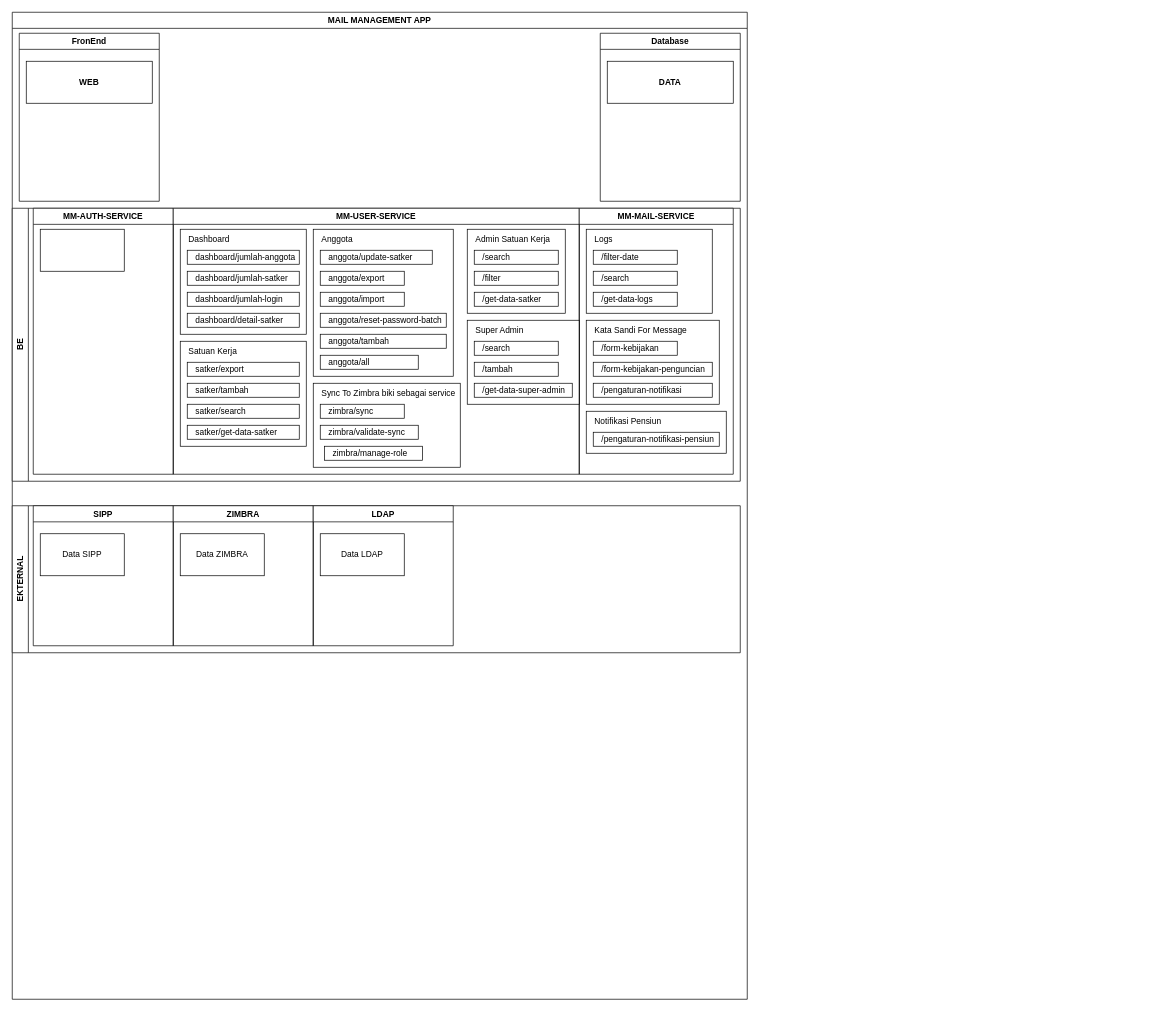
Earlier version of the draw.io diagram page "tech-arsitektur-service" (5 of 5) of admin_polri.drawio (fsdio/draw.io.dev). Source tidied: cells renumbered, new cells numbered last; positions are measured from the earlier drawing's top-left corner, leaving out a move shared by most shapes. Both pictures are drawn from the tidied source at 70%, with x=0, y=0 at pixel (12, 12).
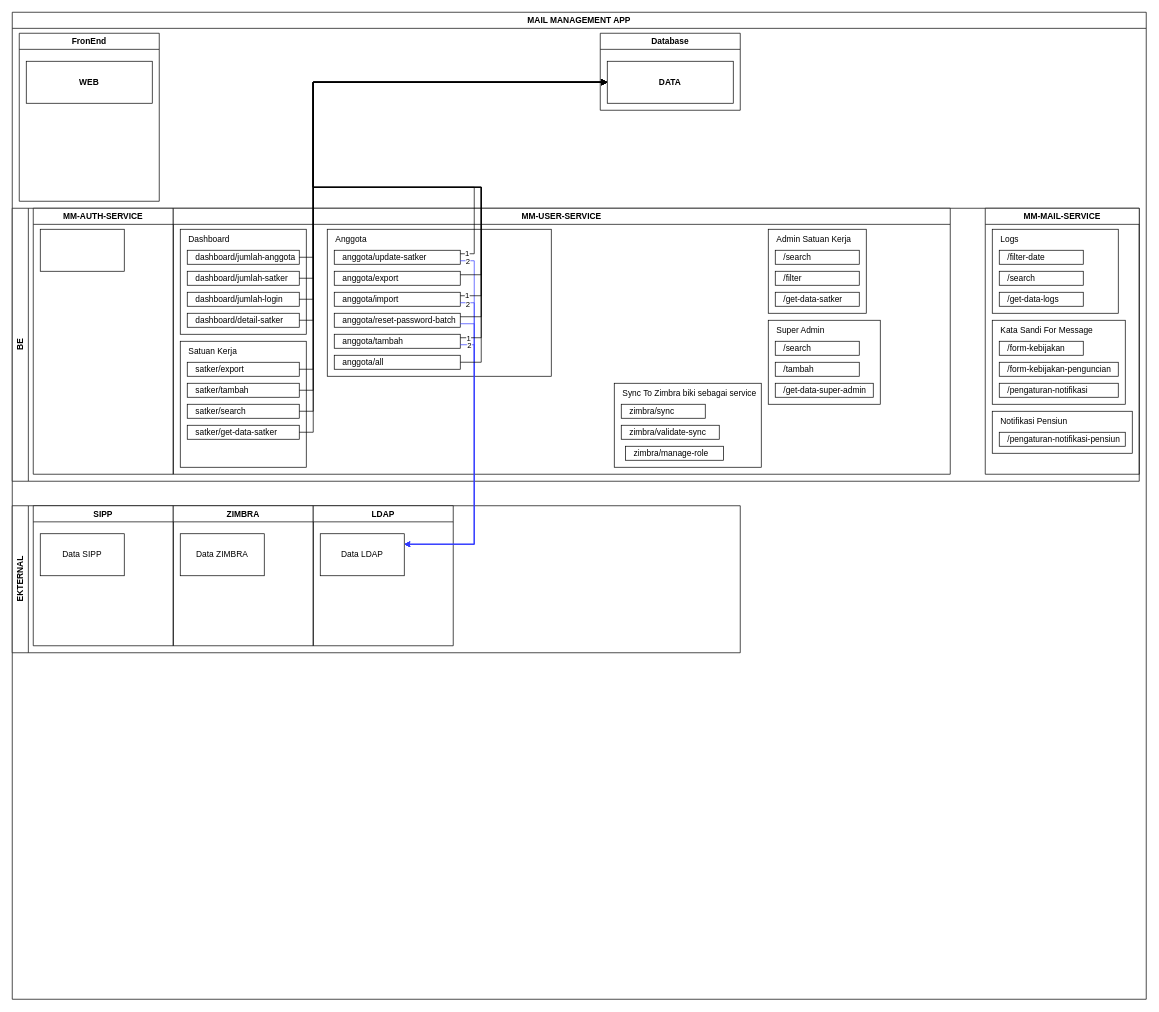
After the change.

The change refers to these unchanged cells:
```xml
<mxCell id="8" value="dashboard/jumlah-anggota" style="rounded=0;whiteSpace=wrap;html=1;align=left;spacingLeft=10;" parent="6" vertex="1">
  <mxGeometry x="20" y="60" width="160" height="20" as="geometry" />
</mxCell>
<mxCell id="9" value="dashboard/jumlah-satker" style="rounded=0;whiteSpace=wrap;html=1;align=left;spacingLeft=10;" parent="6" vertex="1">
  <mxGeometry x="20" y="90" width="160" height="20" as="geometry" />
</mxCell>
<mxCell id="10" value="dashboard/jumlah-login" style="rounded=0;whiteSpace=wrap;html=1;align=left;spacingLeft=10;" parent="6" vertex="1">
  <mxGeometry x="20" y="120" width="160" height="20" as="geometry" />
</mxCell>
<mxCell id="11" value="dashboard/detail-satker" style="rounded=0;whiteSpace=wrap;html=1;align=left;spacingLeft=10;" parent="6" vertex="1">
  <mxGeometry x="20" y="150" width="160" height="20" as="geometry" />
</mxCell>
<mxCell id="21" value="satker/export" style="rounded=0;whiteSpace=wrap;html=1;align=left;spacingLeft=10;" parent="6" vertex="1">
  <mxGeometry x="20" y="220" width="160" height="20" as="geometry" />
</mxCell>
<mxCell id="22" value="satker/tambah" style="rounded=0;whiteSpace=wrap;html=1;align=left;spacingLeft=10;" parent="6" vertex="1">
  <mxGeometry x="20" y="250" width="160" height="20" as="geometry" />
</mxCell>
<mxCell id="23" value="satker/search" style="rounded=0;whiteSpace=wrap;html=1;align=left;spacingLeft=10;" parent="6" vertex="1">
  <mxGeometry x="20" y="280" width="160" height="20" as="geometry" />
</mxCell>
<mxCell id="24" value="satker/get-data-satker" style="rounded=0;whiteSpace=wrap;html=1;align=left;spacingLeft=10;" parent="6" vertex="1">
  <mxGeometry x="20" y="310" width="160" height="20" as="geometry" />
</mxCell>
<mxCell id="62" value="Data LDAP" style="rounded=0;whiteSpace=wrap;html=1;" parent="61" vertex="1">
  <mxGeometry x="10" y="40" width="120" height="60" as="geometry" />
</mxCell>
<mxCell id="64" value="&lt;b&gt;DATA&lt;/b&gt;" style="rounded=0;whiteSpace=wrap;html=1;" parent="63" vertex="1">
  <mxGeometry x="10" y="40" width="180" height="60" as="geometry" />
</mxCell>
```

What changed in the source:
```diff
@@
     <mxCell id="2" value="MAIL MANAGEMENT APP" style="swimlane;whiteSpace=wrap;html=1;" parent="1" vertex="1">
-      <mxGeometry width="1050" height="1410" as="geometry" />
+      <mxGeometry width="1620" height="1410" as="geometry" />
     </mxCell>
     <mxCell id="3" value="BE" style="swimlane;horizontal=0;whiteSpace=wrap;html=1;startSize=23;" parent="2" vertex="1">
-      <mxGeometry y="280" width="1040" height="390" as="geometry" />
+      <mxGeometry y="280" width="1610" height="390" as="geometry" />
     </mxCell>
@@
     <mxCell id="6" value="MM-USER-SERVICE" style="swimlane;whiteSpace=wrap;html=1;" parent="3" vertex="1">
-      <mxGeometry x="230" width="580" height="380" as="geometry" />
+      <mxGeometry x="230" width="1110" height="380" as="geometry" />
     </mxCell>
@@
     <mxCell id="13" style="rounded=0;whiteSpace=wrap;html=1;" parent="6" vertex="1">
-      <mxGeometry x="200" y="30" width="200" height="210" as="geometry" />
+      <mxGeometry x="220" y="30" width="320" height="210" as="geometry" />
     </mxCell>
     <mxCell id="14" value="anggota/export" style="rounded=0;whiteSpace=wrap;html=1;align=left;spacingLeft=10;" parent="6" vertex="1">
-      <mxGeometry x="210" y="90" width="120" height="20" as="geometry" />
+      <mxGeometry x="230" y="90" width="180" height="20" as="geometry" />
     </mxCell>
     <mxCell id="15" value="anggota/import" style="rounded=0;whiteSpace=wrap;html=1;align=left;spacingLeft=10;" parent="6" vertex="1">
-      <mxGeometry x="210" y="120" width="120" height="20" as="geometry" />
+      <mxGeometry x="230" y="120" width="180" height="20" as="geometry" />
     </mxCell>
     <mxCell id="16" value="anggota/reset-password-batch" style="rounded=0;whiteSpace=wrap;html=1;align=left;spacingLeft=10;" parent="6" vertex="1">
-      <mxGeometry x="210" y="150" width="180" height="20" as="geometry" />
+      <mxGeometry x="230" y="150" width="180" height="20" as="geometry" />
     </mxCell>
     <mxCell id="17" value="Anggota" style="text;html=1;align=left;verticalAlign=middle;whiteSpace=wrap;rounded=0;spacingLeft=10;" parent="6" vertex="1">
-      <mxGeometry x="200" y="30" width="180" height="30" as="geometry" />
+      <mxGeometry x="220" y="30" width="180" height="30" as="geometry" />
     </mxCell>
     <mxCell id="18" value="anggota/tambah" style="rounded=0;whiteSpace=wrap;html=1;align=left;spacingLeft=10;" parent="6" vertex="1">
-      <mxGeometry x="210" y="180" width="180" height="20" as="geometry" />
+      <mxGeometry x="230" y="180" width="180" height="20" as="geometry" />
     </mxCell>
     <mxCell id="19" value="anggota/all" style="rounded=0;whiteSpace=wrap;html=1;align=left;spacingLeft=10;" parent="6" vertex="1">
-      <mxGeometry x="210" y="210" width="140" height="20" as="geometry" />
+      <mxGeometry x="230" y="210" width="180" height="20" as="geometry" />
     </mxCell>
     <mxCell id="20" style="rounded=0;whiteSpace=wrap;html=1;" parent="6" vertex="1">
-      <mxGeometry x="10" y="190" width="180" height="150" as="geometry" />
+      <mxGeometry x="10" y="190" width="180" height="180" as="geometry" />
     </mxCell>
@@
     <mxCell id="26" style="rounded=0;whiteSpace=wrap;html=1;" parent="6" vertex="1">
-      <mxGeometry x="420" y="30" width="140" height="120" as="geometry" />
+      <mxGeometry x="850" y="30" width="140" height="120" as="geometry" />
     </mxCell>
     <mxCell id="27" value="/search" style="rounded=0;whiteSpace=wrap;html=1;align=left;spacingLeft=10;" parent="6" vertex="1">
-      <mxGeometry x="430" y="60" width="120" height="20" as="geometry" />
+      <mxGeometry x="860" y="60" width="120" height="20" as="geometry" />
     </mxCell>
     <mxCell id="28" value="/filter" style="rounded=0;whiteSpace=wrap;html=1;align=left;spacingLeft=10;" parent="6" vertex="1">
-      <mxGeometry x="430" y="90" width="120" height="20" as="geometry" />
+      <mxGeometry x="860" y="90" width="120" height="20" as="geometry" />
     </mxCell>
     <mxCell id="29" value="/get-data-satker" style="rounded=0;whiteSpace=wrap;html=1;align=left;spacingLeft=10;" parent="6" vertex="1">
-      <mxGeometry x="430" y="120" width="120" height="20" as="geometry" />
+      <mxGeometry x="860" y="120" width="120" height="20" as="geometry" />
     </mxCell>
     <mxCell id="30" value="Admin Satuan Kerja" style="text;html=1;align=left;verticalAlign=middle;whiteSpace=wrap;rounded=0;spacingLeft=10;" parent="6" vertex="1">
-      <mxGeometry x="420" y="30" width="140" height="30" as="geometry" />
+      <mxGeometry x="850" y="30" width="140" height="30" as="geometry" />
     </mxCell>
     <mxCell id="31" style="rounded=0;whiteSpace=wrap;html=1;" parent="6" vertex="1">
-      <mxGeometry x="420" y="160" width="160" height="120" as="geometry" />
+      <mxGeometry x="850" y="160" width="160" height="120" as="geometry" />
     </mxCell>
     <mxCell id="32" value="/search" style="rounded=0;whiteSpace=wrap;html=1;align=left;spacingLeft=10;" parent="6" vertex="1">
-      <mxGeometry x="430" y="190" width="120" height="20" as="geometry" />
+      <mxGeometry x="860" y="190" width="120" height="20" as="geometry" />
     </mxCell>
     <mxCell id="33" value="/tambah" style="rounded=0;whiteSpace=wrap;html=1;align=left;spacingLeft=10;" parent="6" vertex="1">
-      <mxGeometry x="430" y="220" width="120" height="20" as="geometry" />
+      <mxGeometry x="860" y="220" width="120" height="20" as="geometry" />
     </mxCell>
     <mxCell id="34" value="/get-data-super-admin" style="rounded=0;whiteSpace=wrap;html=1;align=left;spacingLeft=10;" parent="6" vertex="1">
-      <mxGeometry x="430" y="250" width="140" height="20" as="geometry" />
+      <mxGeometry x="860" y="250" width="140" height="20" as="geometry" />
     </mxCell>
     <mxCell id="35" value="Super Admin" style="text;html=1;align=left;verticalAlign=middle;whiteSpace=wrap;rounded=0;spacingLeft=10;" parent="6" vertex="1">
-      <mxGeometry x="420" y="160" width="160" height="30" as="geometry" />
+      <mxGeometry x="850" y="160" width="160" height="30" as="geometry" />
     </mxCell>
     <mxCell id="36" style="rounded=0;whiteSpace=wrap;html=1;" parent="6" vertex="1">
-      <mxGeometry x="200" y="250" width="210" height="120" as="geometry" />
+      <mxGeometry x="630" y="250" width="210" height="120" as="geometry" />
     </mxCell>
     <mxCell id="37" value="zimbra/sync" style="rounded=0;whiteSpace=wrap;html=1;align=left;spacingLeft=10;" parent="6" vertex="1">
-      <mxGeometry x="210" y="280" width="120" height="20" as="geometry" />
+      <mxGeometry x="640" y="280" width="120" height="20" as="geometry" />
     </mxCell>
     <mxCell id="38" value="zimbra/validate-sync" style="rounded=0;whiteSpace=wrap;html=1;align=left;spacingLeft=10;" parent="6" vertex="1">
-      <mxGeometry x="210" y="310" width="140" height="20" as="geometry" />
+      <mxGeometry x="640" y="310" width="140" height="20" as="geometry" />
     </mxCell>
     <mxCell id="39" value="zimbra/manage-role" style="rounded=0;whiteSpace=wrap;html=1;align=left;spacingLeft=10;" parent="6" vertex="1">
-      <mxGeometry x="216" y="340" width="140" height="20" as="geometry" />
+      <mxGeometry x="646" y="340" width="140" height="20" as="geometry" />
     </mxCell>
     <mxCell id="40" value="Sync To Zimbra biki sebagai service" style="text;html=1;align=left;verticalAlign=middle;whiteSpace=wrap;rounded=0;spacingLeft=10;" parent="6" vertex="1">
-      <mxGeometry x="200" y="250" width="210" height="30" as="geometry" />
+      <mxGeometry x="630" y="250" width="210" height="30" as="geometry" />
     </mxCell>
     <mxCell id="41" value="anggota/update-satker" style="rounded=0;whiteSpace=wrap;html=1;align=left;spacingLeft=10;" parent="6" vertex="1">
-      <mxGeometry x="210" y="60" width="160" height="20" as="geometry" />
+      <mxGeometry x="230" y="60" width="180" height="20" as="geometry" />
     </mxCell>
-    <mxCell id="42" value="MM-MAIL-SERVICE" style="swimlane;whiteSpace=wrap;html=1;" parent="2" vertex="1">
-      <mxGeometry x="810" y="280" width="220" height="380" as="geometry" />
+    <mxCell id="42" value="MM-MAIL-SERVICE" style="swimlane;whiteSpace=wrap;html=1;" parent="3" vertex="1">
+      <mxGeometry x="1390" width="220" height="380" as="geometry" />
     </mxCell>
@@
     <mxCell id="63" value="Database" style="swimlane;whiteSpace=wrap;html=1;startSize=23;" parent="2" vertex="1">
-      <mxGeometry x="840" y="30" width="200" height="240" as="geometry" />
+      <mxGeometry x="840" y="30" width="200" height="110" as="geometry" />
     </mxCell>
@@
+    <mxCell id="67" style="edgeStyle=orthogonalEdgeStyle;rounded=0;jettySize=auto;html=1;exitX=1;exitY=0.5;exitDx=0;exitDy=0;entryX=0;entryY=0.5;entryDx=0;entryDy=0;" parent="2" edge="1" source="8" target="64">
+      <mxGeometry relative="1" as="geometry">
+        <Array as="points">
+          <mxPoint x="430" y="350" />
+          <mxPoint x="430" y="100" />
+        </Array>
+      </mxGeometry>
+    </mxCell>
+    <mxCell id="68" style="edgeStyle=orthogonalEdgeStyle;rounded=0;jettySize=auto;html=1;exitX=1;exitY=0.5;exitDx=0;exitDy=0;entryX=0;entryY=0.5;entryDx=0;entryDy=0;" parent="2" edge="1" source="9" target="64">
+      <mxGeometry relative="1" as="geometry">
+        <Array as="points">
+          <mxPoint x="430" y="380" />
+          <mxPoint x="430" y="100" />
+        </Array>
+      </mxGeometry>
+    </mxCell>
+    <mxCell id="69" style="edgeStyle=orthogonalEdgeStyle;rounded=0;jettySize=auto;html=1;exitX=1;exitY=0.5;exitDx=0;exitDy=0;entryX=0;entryY=0.5;entryDx=0;entryDy=0;" parent="2" edge="1" source="10" target="64">
+      <mxGeometry relative="1" as="geometry">
+        <Array as="points">
+          <mxPoint x="430" y="410" />
+          <mxPoint x="430" y="100" />
+        </Array>
+      </mxGeometry>
+    </mxCell>
+    <mxCell id="70" style="edgeStyle=orthogonalEdgeStyle;rounded=0;jettySize=auto;html=1;exitX=1;exitY=0.5;exitDx=0;exitDy=0;entryX=0;entryY=0.5;entryDx=0;entryDy=0;" parent="2" edge="1" source="11" target="64">
+      <mxGeometry relative="1" as="geometry">
+        <Array as="points">
+          <mxPoint x="430" y="440" />
+          <mxPoint x="430" y="100" />
+        </Array>
+      </mxGeometry>
+    </mxCell>
+    <mxCell id="71" style="edgeStyle=orthogonalEdgeStyle;rounded=0;jettySize=auto;html=1;exitX=1;exitY=0.5;exitDx=0;exitDy=0;entryX=0;entryY=0.5;entryDx=0;entryDy=0;" parent="2" edge="1" source="21" target="64">
+      <mxGeometry relative="1" as="geometry">
+        <Array as="points">
+          <mxPoint x="430" y="510" />
+          <mxPoint x="430" y="100" />
+        </Array>
+      </mxGeometry>
+    </mxCell>
+    <mxCell id="72" style="edgeStyle=orthogonalEdgeStyle;rounded=0;jettySize=auto;html=1;exitX=1;exitY=0.5;exitDx=0;exitDy=0;entryX=0;entryY=0.5;entryDx=0;entryDy=0;" parent="2" edge="1" source="22" target="64">
+      <mxGeometry relative="1" as="geometry">
+        <Array as="points">
+          <mxPoint x="430" y="540" />
+          <mxPoint x="430" y="100" />
+        </Array>
+      </mxGeometry>
+    </mxCell>
+    <mxCell id="73" style="edgeStyle=orthogonalEdgeStyle;rounded=0;jettySize=auto;html=1;exitX=1;exitY=0.5;exitDx=0;exitDy=0;entryX=0;entryY=0.5;entryDx=0;entryDy=0;" parent="2" edge="1" source="23" target="64">
+      <mxGeometry relative="1" as="geometry">
+        <Array as="points">
+          <mxPoint x="430" y="570" />
+          <mxPoint x="430" y="100" />
+        </Array>
+      </mxGeometry>
+    </mxCell>
+    <mxCell id="74" style="edgeStyle=orthogonalEdgeStyle;rounded=0;jettySize=auto;html=1;exitX=1;exitY=0.5;exitDx=0;exitDy=0;entryX=0;entryY=0.5;entryDx=0;entryDy=0;" parent="2" edge="1" source="24" target="64">
+      <mxGeometry relative="1" as="geometry">
+        <Array as="points">
+          <mxPoint x="430" y="600" />
+          <mxPoint x="430" y="100" />
+        </Array>
+      </mxGeometry>
+    </mxCell>
+    <mxCell id="75" style="edgeStyle=orthogonalEdgeStyle;rounded=0;jettySize=auto;html=1;exitX=1;exitY=0.25;exitDx=0;exitDy=0;entryX=0;entryY=0.5;entryDx=0;entryDy=0;" parent="2" edge="1" source="41" target="64">
+      <mxGeometry relative="1" as="geometry">
+        <Array as="points">
+          <mxPoint x="660" y="345" />
+          <mxPoint x="660" y="250" />
+          <mxPoint x="430" y="250" />
+          <mxPoint x="430" y="100" />
+        </Array>
+      </mxGeometry>
+    </mxCell>
+    <mxCell id="76" value="1" style="edgeLabel;html=1;align=center;verticalAlign=middle;" parent="75" vertex="1">
+      <mxGeometry x="-0.98" y="1" relative="1" as="geometry" />
+    </mxCell>
+    <mxCell id="77" style="edgeStyle=orthogonalEdgeStyle;rounded=0;jettySize=auto;html=1;exitX=1;exitY=0.75;exitDx=0;exitDy=0;entryX=1;entryY=0.25;entryDx=0;entryDy=0;strokeColor=#333CFF;" parent="2" edge="1" source="41" target="62">
+      <mxGeometry relative="1" as="geometry" />
+    </mxCell>
+    <mxCell id="78" value="2" style="edgeLabel;html=1;align=center;verticalAlign=middle;" parent="77" vertex="1">
+      <mxGeometry x="-0.96" relative="1" as="geometry">
+        <mxPoint x="-1" as="offset" />
+      </mxGeometry>
+    </mxCell>
+    <mxCell id="79" style="edgeStyle=orthogonalEdgeStyle;rounded=0;jettySize=auto;html=1;exitX=1;exitY=0.25;exitDx=0;exitDy=0;entryX=0;entryY=0.5;entryDx=0;entryDy=0;" parent="2" edge="1" source="14" target="64">
+      <mxGeometry relative="1" as="geometry">
+        <Array as="points">
+          <mxPoint x="670" y="375" />
+          <mxPoint x="670" y="250" />
+          <mxPoint x="430" y="250" />
+          <mxPoint x="430" y="100" />
+        </Array>
+      </mxGeometry>
+    </mxCell>
+    <mxCell id="80" style="edgeStyle=orthogonalEdgeStyle;rounded=0;jettySize=auto;html=1;exitX=1;exitY=0.75;exitDx=0;exitDy=0;entryX=1;entryY=0.25;entryDx=0;entryDy=0;strokeColor=#333CFF;" parent="2" edge="1" source="15" target="62">
+      <mxGeometry relative="1" as="geometry" />
+    </mxCell>
+    <mxCell id="81" value="2" style="edgeLabel;html=1;align=center;verticalAlign=middle;" parent="80" vertex="1">
+      <mxGeometry x="-0.95" y="1" relative="1" as="geometry">
+        <mxPoint x="-2" y="2" as="offset" />
+      </mxGeometry>
+    </mxCell>
+    <mxCell id="82" style="edgeStyle=orthogonalEdgeStyle;rounded=0;jettySize=auto;html=1;exitX=1;exitY=0.25;exitDx=0;exitDy=0;entryX=0;entryY=0.5;entryDx=0;entryDy=0;" parent="2" edge="1" source="15" target="64">
+      <mxGeometry relative="1" as="geometry">
+        <Array as="points">
+          <mxPoint x="670" y="405" />
+          <mxPoint x="670" y="250" />
+          <mxPoint x="430" y="250" />
+          <mxPoint x="430" y="100" />
+        </Array>
+      </mxGeometry>
+    </mxCell>
+    <mxCell id="83" value="1" style="edgeLabel;html=1;align=center;verticalAlign=middle;" parent="82" vertex="1">
+      <mxGeometry x="-0.98" relative="1" as="geometry">
+        <mxPoint x="-1" y="-1" as="offset" />
+      </mxGeometry>
+    </mxCell>
+    <mxCell id="84" style="edgeStyle=orthogonalEdgeStyle;rounded=0;jettySize=auto;html=1;exitX=1;exitY=0.25;exitDx=0;exitDy=0;entryX=0;entryY=0.5;entryDx=0;entryDy=0;" parent="2" edge="1" source="16" target="64">
+      <mxGeometry relative="1" as="geometry">
+        <Array as="points">
+          <mxPoint x="670" y="435" />
+          <mxPoint x="670" y="250" />
+          <mxPoint x="430" y="250" />
+          <mxPoint x="430" y="100" />
+        </Array>
+      </mxGeometry>
+    </mxCell>
+    <mxCell id="85" style="edgeStyle=orthogonalEdgeStyle;rounded=0;jettySize=auto;html=1;exitX=1;exitY=0.75;exitDx=0;exitDy=0;entryX=1;entryY=0.25;entryDx=0;entryDy=0;strokeColor=#333CFF;" parent="2" edge="1" source="16" target="62">
+      <mxGeometry relative="1" as="geometry" />
+    </mxCell>
+    <mxCell id="86" style="edgeStyle=orthogonalEdgeStyle;rounded=0;jettySize=auto;html=1;exitX=1;exitY=0.25;exitDx=0;exitDy=0;entryX=0;entryY=0.5;entryDx=0;entryDy=0;" parent="2" edge="1" source="18" target="64">
+      <mxGeometry relative="1" as="geometry">
+        <Array as="points">
+          <mxPoint x="670" y="465" />
+          <mxPoint x="670" y="250" />
+          <mxPoint x="430" y="250" />
+          <mxPoint x="430" y="100" />
+        </Array>
+      </mxGeometry>
+    </mxCell>
+    <mxCell id="87" value="1" style="edgeLabel;html=1;align=center;verticalAlign=middle;" parent="86" vertex="1">
+      <mxGeometry x="-0.98" relative="1" as="geometry" />
+    </mxCell>
+    <mxCell id="88" style="edgeStyle=orthogonalEdgeStyle;rounded=0;jettySize=auto;html=1;exitX=1;exitY=0.75;exitDx=0;exitDy=0;entryX=1;entryY=0.25;entryDx=0;entryDy=0;strokeColor=#333CFF;" parent="2" edge="1" source="18" target="62">
+      <mxGeometry relative="1" as="geometry" />
+    </mxCell>
+    <mxCell id="89" value="2" style="edgeLabel;html=1;align=center;verticalAlign=middle;" parent="88" vertex="1">
+      <mxGeometry x="-0.94" relative="1" as="geometry" />
+    </mxCell>
+    <mxCell id="90" style="edgeStyle=orthogonalEdgeStyle;rounded=0;jettySize=auto;html=1;exitX=1;exitY=0.5;exitDx=0;exitDy=0;entryX=0;entryY=0.5;entryDx=0;entryDy=0;" parent="2" edge="1" source="19" target="64">
+      <mxGeometry relative="1" as="geometry">
+        <Array as="points">
+          <mxPoint x="670" y="500" />
+          <mxPoint x="670" y="250" />
+          <mxPoint x="430" y="250" />
+          <mxPoint x="430" y="100" />
+        </Array>
+      </mxGeometry>
+    </mxCell>
```
